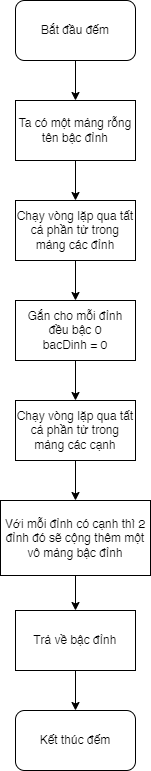
PhucTruong-ctrl/NienLuan1 keeps this draw.io diagram as Flowcharts/mainScripts/Exported/demBac.drawio.png. Above is the earlier version. Source tidied: cells renumbered, new cells last; positions are measured from the earlier drawing's top-left corner, leaving out a move shared by most shapes.
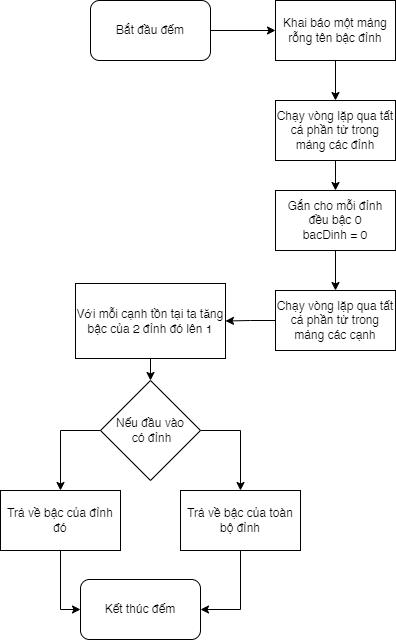
The same diagram one commit later.

The edit, as a diff of the source:
```diff
@@ -2,50 +2,65 @@
   <root>
     <mxCell id="0" />
     <mxCell id="1" parent="0" />
-    <mxCell id="2" style="edgeStyle=orthogonalEdgeStyle;rounded=0;jettySize=auto;html=1;exitX=0.5;exitY=1;exitDx=0;exitDy=0;entryX=0.5;entryY=0;entryDx=0;entryDy=0;" parent="1" edge="1" source="3" target="5">
+    <mxCell id="2" style="edgeStyle=orthogonalEdgeStyle;rounded=0;jettySize=auto;html=1;" parent="1" edge="1" source="3" target="5">
       <mxGeometry relative="1" as="geometry" />
     </mxCell>
     <mxCell id="3" value="Bắt đầu đếm" style="rounded=1;whiteSpace=wrap;html=1;" parent="1" vertex="1">
-      <mxGeometry x="15" width="120" height="60" as="geometry" />
+      <mxGeometry x="-15" width="120" height="60" as="geometry" />
     </mxCell>
     <mxCell id="4" style="edgeStyle=orthogonalEdgeStyle;rounded=0;jettySize=auto;html=1;exitX=0.5;exitY=1;exitDx=0;exitDy=0;entryX=0.5;entryY=0;entryDx=0;entryDy=0;" parent="1" edge="1" source="5" target="7">
       <mxGeometry relative="1" as="geometry" />
     </mxCell>
-    <mxCell id="5" value="Ta có một mảng rỗng tên bậc đỉnh" style="rounded=0;whiteSpace=wrap;html=1;" parent="1" vertex="1">
-      <mxGeometry x="15" y="100" width="120" height="60" as="geometry" />
+    <mxCell id="5" value="Khai báo một mảng rỗng tên bậc đỉnh" style="rounded=0;whiteSpace=wrap;html=1;" parent="1" vertex="1">
+      <mxGeometry x="170" width="120" height="60" as="geometry" />
     </mxCell>
     <mxCell id="6" style="edgeStyle=orthogonalEdgeStyle;rounded=0;jettySize=auto;html=1;exitX=0.5;exitY=1;exitDx=0;exitDy=0;entryX=0.5;entryY=0;entryDx=0;entryDy=0;" parent="1" edge="1" source="7" target="9">
       <mxGeometry relative="1" as="geometry" />
     </mxCell>
     <mxCell id="7" value="Chạy vòng lặp qua tất cả phần tử trong mảng các đỉnh" style="rounded=0;whiteSpace=wrap;html=1;" parent="1" vertex="1">
-      <mxGeometry x="15" y="200" width="120" height="60" as="geometry" />
+      <mxGeometry x="170" y="100" width="120" height="60" as="geometry" />
     </mxCell>
     <mxCell id="8" style="edgeStyle=orthogonalEdgeStyle;rounded=0;jettySize=auto;html=1;exitX=0.5;exitY=1;exitDx=0;exitDy=0;entryX=0.5;entryY=0;entryDx=0;entryDy=0;" parent="1" edge="1" source="9" target="11">
       <mxGeometry relative="1" as="geometry" />
     </mxCell>
     <mxCell id="9" value="Gắn cho mỗi đỉnh đều bậc 0&lt;br&gt;bacDinh = 0" style="rounded=0;whiteSpace=wrap;html=1;" parent="1" vertex="1">
-      <mxGeometry x="15" y="300" width="120" height="60" as="geometry" />
+      <mxGeometry x="170" y="190" width="120" height="60" as="geometry" />
     </mxCell>
-    <mxCell id="10" style="edgeStyle=orthogonalEdgeStyle;rounded=0;jettySize=auto;html=1;exitX=0.5;exitY=1;exitDx=0;exitDy=0;entryX=0.5;entryY=0;entryDx=0;entryDy=0;" parent="1" edge="1" source="11" target="13">
+    <mxCell id="10" style="edgeStyle=orthogonalEdgeStyle;rounded=0;jettySize=auto;html=1;" parent="1" edge="1" source="11" target="13">
       <mxGeometry relative="1" as="geometry" />
     </mxCell>
     <mxCell id="11" value="Chạy vòng lặp qua tất cả phần tử trong mảng các cạnh" style="rounded=0;whiteSpace=wrap;html=1;" parent="1" vertex="1">
-      <mxGeometry x="15" y="400" width="120" height="60" as="geometry" />
+      <mxGeometry x="170" y="290" width="120" height="60" as="geometry" />
     </mxCell>
-    <mxCell id="12" style="edgeStyle=orthogonalEdgeStyle;rounded=0;jettySize=auto;html=1;exitX=0.5;exitY=1;exitDx=0;exitDy=0;entryX=0.5;entryY=0;entryDx=0;entryDy=0;" parent="1" edge="1" source="13" target="16">
-      <mxGeometry relative="1" as="geometry" />
-    </mxCell>
+    <mxCell id="17" style="edgeStyle=orthogonalEdgeStyle;rounded=0;jettySize=auto;html=1;" parent="1" edge="1" source="13" target="20">
+      <mxGeometry relative="1" as="geometry" />
+    </mxCell>
-    <mxCell id="13" value="Với mỗi đỉnh có cạnh thì 2 đỉnh đó sẽ cộng thêm một vô mảng bậc đỉnh" style="rounded=0;whiteSpace=wrap;html=1;" parent="1" vertex="1">
-      <mxGeometry y="500" width="150" height="75" as="geometry" />
+    <mxCell id="13" value="Với mỗi cạnh tồn tại ta tăng bậc của 2 đỉnh đó lên 1" style="rounded=0;whiteSpace=wrap;html=1;" parent="1" vertex="1">
+      <mxGeometry x="-30" y="283" width="150" height="75" as="geometry" />
     </mxCell>
     <mxCell id="14" value="Kết thúc đếm" style="rounded=1;whiteSpace=wrap;html=1;" parent="1" vertex="1">
-      <mxGeometry x="15" y="710" width="120" height="60" as="geometry" />
+      <mxGeometry x="-25" y="579" width="120" height="60" as="geometry" />
     </mxCell>
-    <mxCell id="15" style="edgeStyle=orthogonalEdgeStyle;rounded=0;jettySize=auto;html=1;exitX=0.5;exitY=1;exitDx=0;exitDy=0;entryX=0.5;entryY=0;entryDx=0;entryDy=0;" parent="1" edge="1" source="16" target="14">
-      <mxGeometry relative="1" as="geometry" />
-    </mxCell>
-    <mxCell id="16" value="Trả về bậc đỉnh" style="rounded=0;whiteSpace=wrap;html=1;" parent="1" vertex="1">
-      <mxGeometry x="15" y="610" width="120" height="60" as="geometry" />
-    </mxCell>
+    <mxCell id="18" style="edgeStyle=orthogonalEdgeStyle;rounded=0;jettySize=auto;html=1;exitX=0;exitY=0.5;exitDx=0;exitDy=0;entryX=0.5;entryY=0;entryDx=0;entryDy=0;" parent="1" edge="1" source="20" target="22">
+      <mxGeometry relative="1" as="geometry" />
+    </mxCell>
+    <mxCell id="19" style="edgeStyle=orthogonalEdgeStyle;rounded=0;jettySize=auto;html=1;exitX=1;exitY=0.5;exitDx=0;exitDy=0;entryX=0.5;entryY=0;entryDx=0;entryDy=0;" parent="1" edge="1" source="20" target="24">
+      <mxGeometry relative="1" as="geometry" />
+    </mxCell>
+    <mxCell id="20" value="Nếu đầu vào&lt;div&gt;&amp;nbsp;có đỉnh&lt;/div&gt;" style="rhombus;whiteSpace=wrap;html=1;" parent="1" vertex="1">
+      <mxGeometry x="-5" y="380" width="100" height="100" as="geometry" />
+    </mxCell>
+    <mxCell id="21" style="edgeStyle=orthogonalEdgeStyle;rounded=0;jettySize=auto;html=1;exitX=0.5;exitY=1;exitDx=0;exitDy=0;entryX=0;entryY=0.5;entryDx=0;entryDy=0;" parent="1" edge="1" source="22" target="14">
+      <mxGeometry relative="1" as="geometry" />
+    </mxCell>
+    <mxCell id="22" value="Trả về bậc của đỉnh đó" style="rounded=0;whiteSpace=wrap;html=1;" parent="1" vertex="1">
+      <mxGeometry x="-105" y="490" width="120" height="60" as="geometry" />
+    </mxCell>
+    <mxCell id="23" style="edgeStyle=orthogonalEdgeStyle;rounded=0;jettySize=auto;html=1;exitX=0.5;exitY=1;exitDx=0;exitDy=0;entryX=1;entryY=0.5;entryDx=0;entryDy=0;" parent="1" edge="1" source="24" target="14">
+      <mxGeometry relative="1" as="geometry" />
+    </mxCell>
+    <mxCell id="24" value="Trả về bậc của toàn bộ đỉnh" style="rounded=0;whiteSpace=wrap;html=1;" parent="1" vertex="1">
+      <mxGeometry x="75" y="490" width="120" height="60" as="geometry" />
+    </mxCell>
   </root>
 </mxGraphModel>
```
